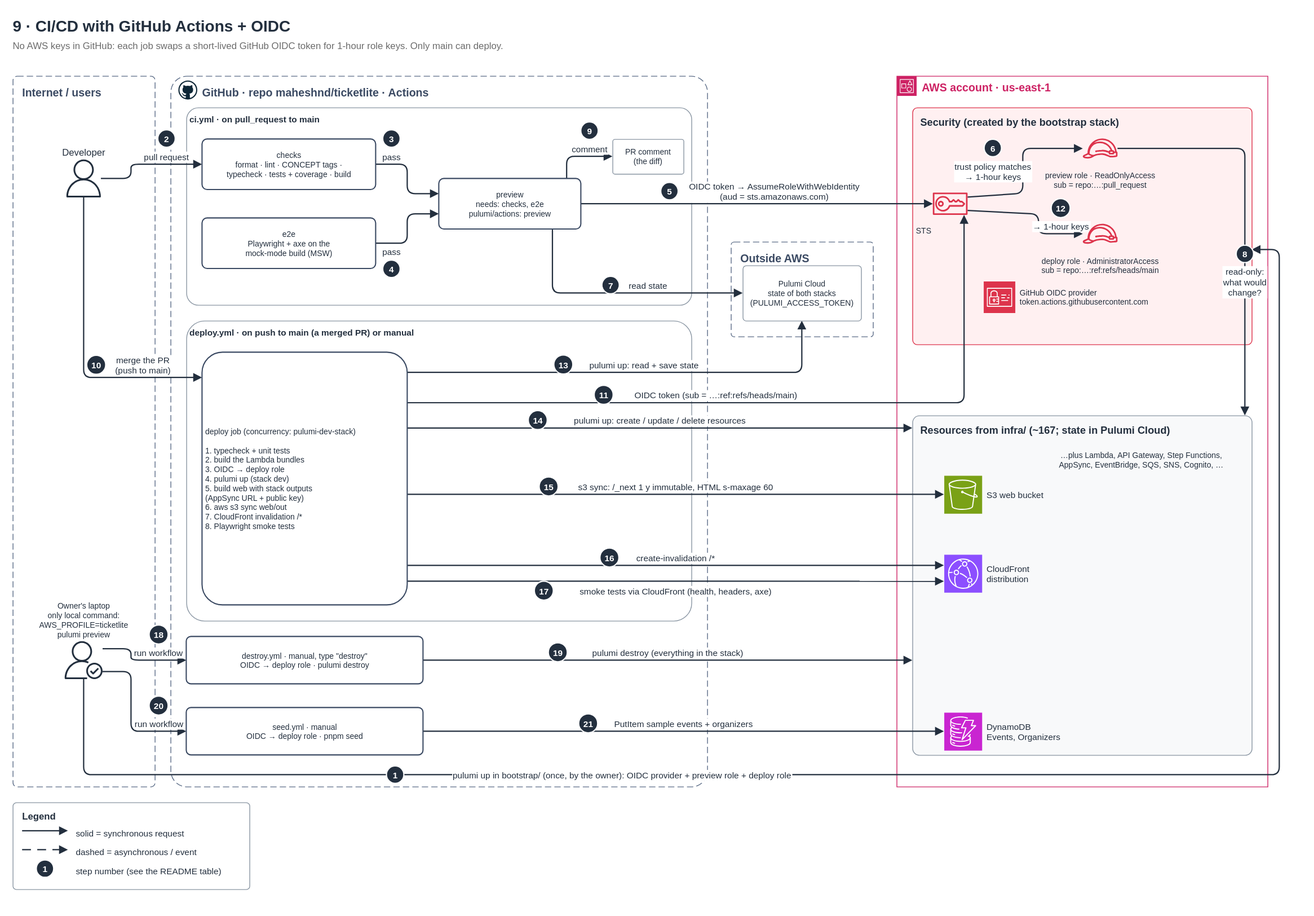
This is docs/diagrams/cicd.drawio.svg from maheshnd/ticketlite, a draw.io export, as it was before one commit. Source tidied: cells renumbered, new cells last; positions are measured from the earlier drawing's top-left corner, leaving out a move shared by most shapes.
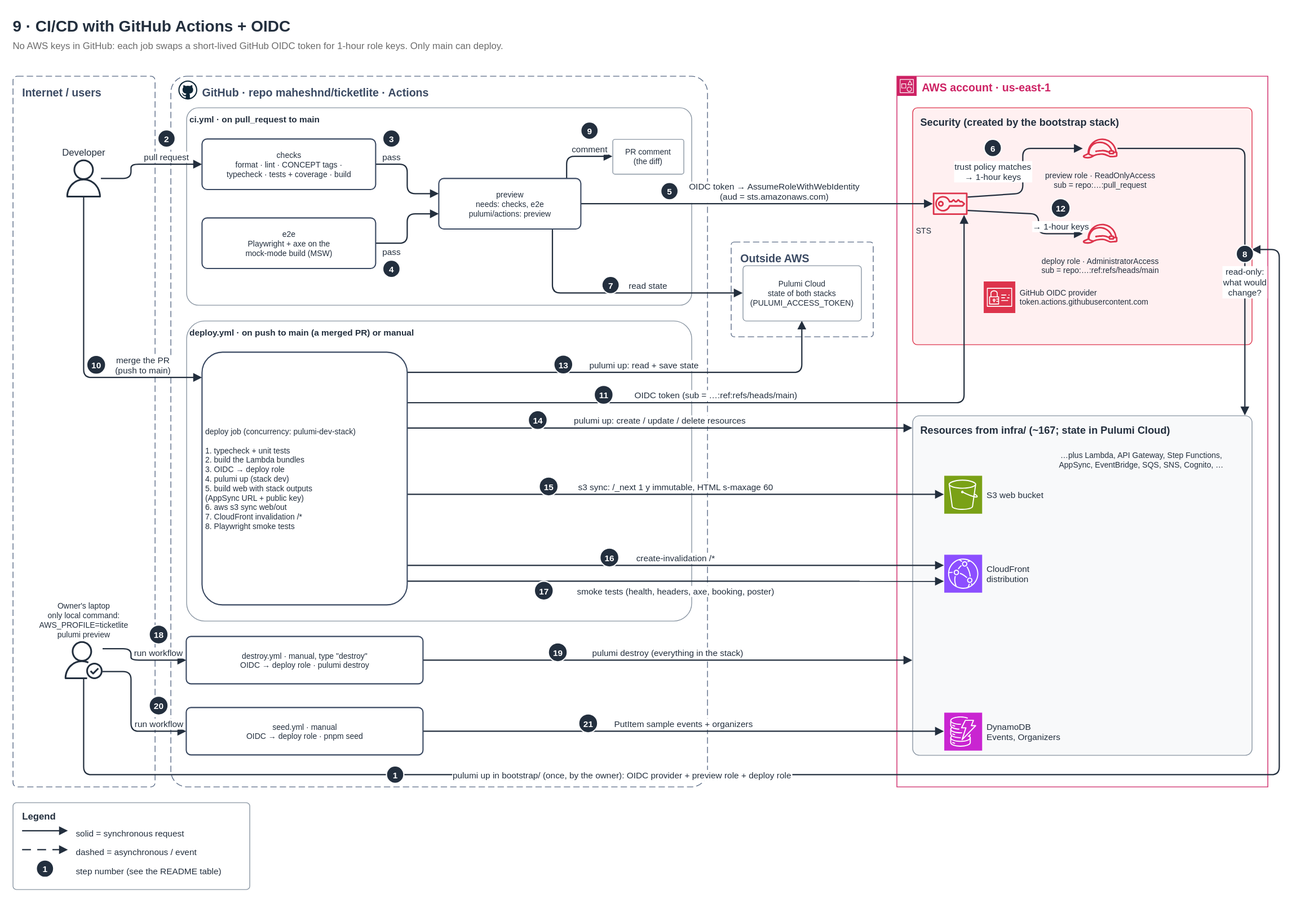
After the change.

The edit, as a diff of the source:
```diff
@@ -150,7 +150,7 @@
         <mxPoint y="-10" as="offset" />
       </mxGeometry>
     </mxCell>
-    <mxCell id="27" value="smoke tests via CloudFront (health, headers, axe)" style="edgeStyle=none;rounded=1;html=0;endArrow=block;endFill=1;endSize=7;strokeColor=#232F3E;strokeWidth=1.6;fontSize=11;fontColor=#232F3E;labelBackgroundColor=#FFFFFF;jumpStyle=arc;jumpSize=10;exitX=1;exitY=0.90625;exitDx=0;exitDy=0;exitPerimeter=0;entryX=0;entryY=0.71;entryDx=0;entryDy=0;entryPerimeter=0;" parent="1" edge="1" source="41" target="52">
+    <mxCell id="27" value="smoke tests (health, headers, axe, booking, poster)" style="edgeStyle=none;rounded=1;html=0;endArrow=block;endFill=1;endSize=7;strokeColor=#232F3E;strokeWidth=1.6;fontSize=11;fontColor=#232F3E;labelBackgroundColor=#FFFFFF;jumpStyle=arc;jumpSize=10;exitX=1;exitY=0.90625;exitDx=0;exitDy=0;exitPerimeter=0;entryX=0;entryY=0.71;entryDx=0;entryDy=0;entryPerimeter=0;" parent="1" edge="1" source="41" target="52">
       <mxGeometry relative="1" as="geometry">
         <mxPoint y="12" as="offset" />
       </mxGeometry>
```
